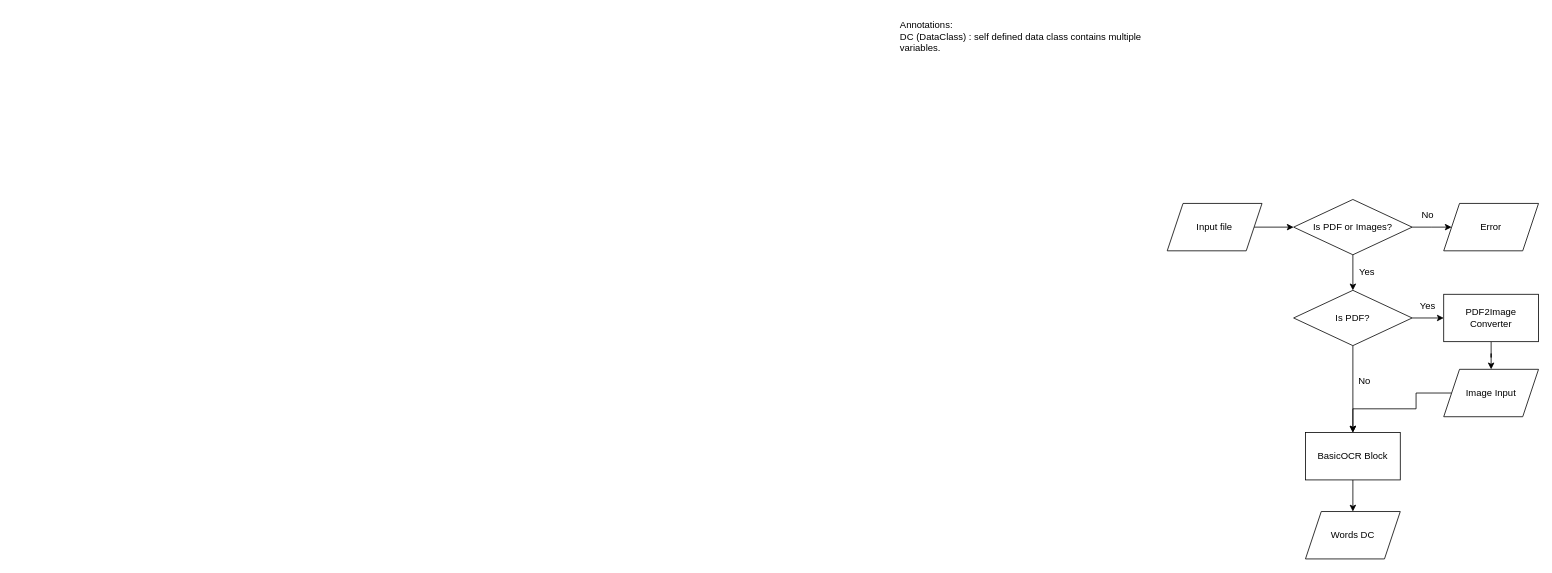
Before: Biểu đồ không có tiêu đề.drawio in moewiee/cassava, a draw.io diagram. Source tidied: cells renumbered, new cells numbered last; positions are measured from the earlier drawing's top-left corner, leaving out a move shared by most shapes. Both pictures are drawn from the tidied source at 79%, with x=0, y=0 at pixel (898, 13).
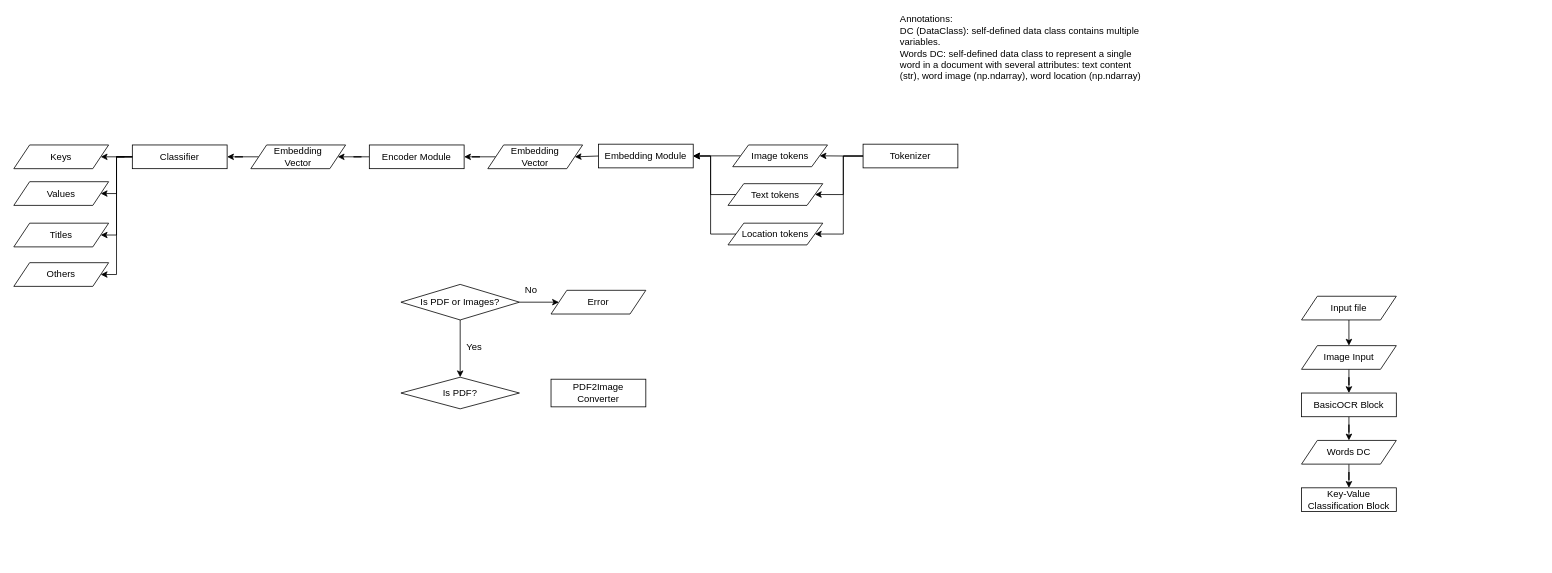
The same diagram, later.

Commit message (it also covers changes not shown here):
Cập nhật Biểu đồ không có tiêu đề.drawio

What changed in the source:
```diff
@@
-    <mxCell id="2" style="edgeStyle=orthogonalEdgeStyle;rounded=0;jettySize=auto;html=1;" parent="1" edge="1" source="3" target="6">
-      <mxGeometry relative="1" as="geometry" />
-    </mxCell>
+    <mxCell id="23" style="edgeStyle=orthogonalEdgeStyle;rounded=0;jettySize=auto;html=1;entryX=0.5;entryY=0;entryDx=0;entryDy=0;" parent="1" edge="1" source="3" target="15">
+      <mxGeometry relative="1" as="geometry">
+        <Array as="points">
+          <mxPoint x="570" y="420" />
+          <mxPoint x="570" y="420" />
+        </Array>
+      </mxGeometry>
+    </mxCell>
     <mxCell id="3" value="Input file" style="shape=parallelogram;perimeter=parallelogramPerimeter;whiteSpace=wrap;html=1;fixedSize=1;" parent="1" vertex="1">
-      <mxGeometry x="340" y="240" width="120" height="60" as="geometry" />
+      <mxGeometry x="510" y="357.5" width="120" height="30" as="geometry" />
     </mxCell>
-    <mxCell id="4" style="edgeStyle=orthogonalEdgeStyle;rounded=0;jettySize=auto;html=1;" parent="1" edge="1" source="6">
-      <mxGeometry relative="1" as="geometry">
-        <mxPoint x="700" y="270" as="targetPoint" />
-      </mxGeometry>
+    <mxCell id="4" style="edgeStyle=orthogonalEdgeStyle;rounded=0;jettySize=auto;html=1;entryX=0;entryY=0.5;entryDx=0;entryDy=0;" parent="1" edge="1" source="6" target="7">
+      <mxGeometry relative="1" as="geometry" />
     </mxCell>
@@
     <mxCell id="6" value="Is PDF or Images?" style="rhombus;whiteSpace=wrap;html=1;" parent="1" vertex="1">
-      <mxGeometry x="500" y="235" width="150" height="70" as="geometry" />
+      <mxGeometry x="-630" y="342.5" width="150" height="45" as="geometry" />
     </mxCell>
     <mxCell id="7" value="Error" style="shape=parallelogram;perimeter=parallelogramPerimeter;whiteSpace=wrap;html=1;fixedSize=1;" parent="1" vertex="1">
-      <mxGeometry x="690" y="240" width="120" height="60" as="geometry" />
+      <mxGeometry x="-440" y="350" width="120" height="30" as="geometry" />
     </mxCell>
     <mxCell id="8" value="No" style="text;html=1;strokeColor=none;fillColor=none;align=center;verticalAlign=middle;whiteSpace=wrap;rounded=0;" parent="1" vertex="1">
-      <mxGeometry x="640" y="240" width="60" height="30" as="geometry" />
+      <mxGeometry x="-495" y="335" width="60" height="30" as="geometry" />
     </mxCell>
-    <mxCell id="9" style="edgeStyle=orthogonalEdgeStyle;rounded=0;jettySize=auto;html=1;" parent="1" edge="1" source="11" target="13">
-      <mxGeometry relative="1" as="geometry" />
-    </mxCell>
-    <mxCell id="10" style="edgeStyle=orthogonalEdgeStyle;rounded=0;jettySize=auto;html=1;" parent="1" edge="1" source="11" target="19">
-      <mxGeometry relative="1" as="geometry" />
-    </mxCell>
     <mxCell id="11" value="Is PDF?" style="rhombus;whiteSpace=wrap;html=1;" parent="1" vertex="1">
-      <mxGeometry x="500" y="350" width="150" height="70" as="geometry" />
+      <mxGeometry x="-630" y="460" width="150" height="40" as="geometry" />
     </mxCell>
-    <mxCell id="12" style="edgeStyle=orthogonalEdgeStyle;rounded=0;jettySize=auto;html=1;" parent="1" edge="1" source="13" target="15">
-      <mxGeometry relative="1" as="geometry" />
-    </mxCell>
     <mxCell id="13" value="PDF2Image Converter" style="whiteSpace=wrap;html=1;rounded=0;" parent="1" vertex="1">
-      <mxGeometry x="690" y="355" width="120" height="60" as="geometry" />
+      <mxGeometry x="-440" y="462.5" width="120" height="35" as="geometry" />
     </mxCell>
     <mxCell id="14" style="edgeStyle=orthogonalEdgeStyle;rounded=0;jettySize=auto;html=1;entryX=0.5;entryY=0;entryDx=0;entryDy=0;" parent="1" edge="1" source="15" target="19">
-      <mxGeometry relative="1" as="geometry">
-        <Array as="points">
-          <mxPoint x="655" y="480" />
-          <mxPoint x="655" y="500" />
-          <mxPoint x="575" y="500" />
-        </Array>
-      </mxGeometry>
+      <mxGeometry relative="1" as="geometry" />
     </mxCell>
     <mxCell id="15" value="Image Input" style="shape=parallelogram;perimeter=parallelogramPerimeter;whiteSpace=wrap;html=1;fixedSize=1;rounded=0;" parent="1" vertex="1">
-      <mxGeometry x="690" y="450" width="120" height="60" as="geometry" />
+      <mxGeometry x="510" y="420" width="120" height="30" as="geometry" />
     </mxCell>
-    <mxCell id="16" value="Yes" style="text;html=1;strokeColor=none;fillColor=none;align=center;verticalAlign=middle;whiteSpace=wrap;rounded=0;" parent="1" vertex="1">
-      <mxGeometry x="640" y="355" width="60" height="30" as="geometry" />
-    </mxCell>
     <mxCell id="17" value="Yes" style="text;html=1;strokeColor=none;fillColor=none;align=center;verticalAlign=middle;whiteSpace=wrap;rounded=0;" parent="1" vertex="1">
-      <mxGeometry x="563" y="312" width="60" height="30" as="geometry" />
+      <mxGeometry x="-567" y="407" width="60" height="30" as="geometry" />
     </mxCell>
@@
     <mxCell id="19" value="BasicOCR Block" style="whiteSpace=wrap;html=1;rounded=0;" parent="1" vertex="1">
-      <mxGeometry x="515" y="530" width="120" height="60" as="geometry" />
+      <mxGeometry x="510" y="480" width="120" height="30" as="geometry" />
     </mxCell>
-    <mxCell id="20" value="No" style="text;html=1;strokeColor=none;fillColor=none;align=center;verticalAlign=middle;whiteSpace=wrap;rounded=0;" parent="1" vertex="1">
-      <mxGeometry x="560" y="450" width="60" height="30" as="geometry" />
-    </mxCell>
+    <mxCell id="24" style="edgeStyle=orthogonalEdgeStyle;rounded=0;jettySize=auto;html=1;" parent="1" edge="1" source="21" target="52">
+      <mxGeometry relative="1" as="geometry" />
+    </mxCell>
     <mxCell id="21" value="Words DC" style="shape=parallelogram;perimeter=parallelogramPerimeter;whiteSpace=wrap;html=1;fixedSize=1;rounded=0;" parent="1" vertex="1">
-      <mxGeometry x="515" y="630" width="120" height="60" as="geometry" />
+      <mxGeometry x="510" y="540" width="120" height="30" as="geometry" />
     </mxCell>
-    <mxCell id="22" value="Annotations:&lt;br&gt;DC (DataClass) : self defined data class contains multiple variables.&lt;br&gt;&lt;br&gt;&lt;br&gt;&lt;br&gt;&lt;br&gt;&lt;br&gt;&lt;br&gt;&lt;br&gt;&lt;br&gt;&lt;br&gt;&lt;br&gt;&lt;br&gt;&lt;br&gt;" style="text;html=1;strokeColor=none;fillColor=none;align=left;verticalAlign=middle;whiteSpace=wrap;rounded=0;" parent="1" vertex="1">
+    <mxCell id="22" value="Annotations:&lt;br&gt;DC (DataClass): self-defined data class contains multiple variables.&lt;br&gt;Words DC: self-defined data class to represent a single word in a document with several attributes: text content (str), word image (np.ndarray), word location (np.ndarray)&lt;br&gt;&lt;br&gt;&lt;br&gt;&lt;br&gt;&lt;br&gt;&lt;br&gt;&lt;br&gt;&lt;br&gt;&lt;br&gt;&lt;br&gt;&lt;br&gt;" style="text;html=1;strokeColor=none;fillColor=none;align=left;verticalAlign=middle;whiteSpace=wrap;rounded=0;" parent="1" vertex="1">
       <mxGeometry width="320" height="230" as="geometry" />
     </mxCell>
+    <mxCell id="25" style="edgeStyle=orthogonalEdgeStyle;rounded=0;jettySize=auto;html=1;entryX=1;entryY=0.5;entryDx=0;entryDy=0;" parent="1" edge="1" source="26" target="28">
+      <mxGeometry relative="1" as="geometry" />
+    </mxCell>
+    <mxCell id="26" value="Tokenizer" style="whiteSpace=wrap;html=1;rounded=0;" parent="1" vertex="1">
+      <mxGeometry x="-45" y="165" width="120" height="30" as="geometry" />
+    </mxCell>
+    <mxCell id="27" style="edgeStyle=orthogonalEdgeStyle;rounded=0;jettySize=auto;html=1;entryX=1;entryY=0.5;entryDx=0;entryDy=0;" parent="1" edge="1" source="28" target="33">
+      <mxGeometry relative="1" as="geometry" />
+    </mxCell>
+    <mxCell id="28" value="Image tokens" style="shape=parallelogram;perimeter=parallelogramPerimeter;whiteSpace=wrap;html=1;fixedSize=1;rounded=0;" parent="1" vertex="1">
+      <mxGeometry x="-210" y="166" width="120" height="27.5" as="geometry" />
+    </mxCell>
+    <mxCell id="29" value="Text tokens" style="shape=parallelogram;perimeter=parallelogramPerimeter;whiteSpace=wrap;html=1;fixedSize=1;rounded=0;" parent="1" vertex="1">
+      <mxGeometry x="-216" y="215" width="120" height="27.5" as="geometry" />
+    </mxCell>
+    <mxCell id="30" value="Location tokens" style="shape=parallelogram;perimeter=parallelogramPerimeter;whiteSpace=wrap;html=1;fixedSize=1;rounded=0;" parent="1" vertex="1">
+      <mxGeometry x="-216" y="265" width="120" height="27.5" as="geometry" />
+    </mxCell>
+    <mxCell id="31" style="edgeStyle=orthogonalEdgeStyle;rounded=0;jettySize=auto;html=1;entryX=1;entryY=0.5;entryDx=0;entryDy=0;exitX=0;exitY=0.5;exitDx=0;exitDy=0;" parent="1" edge="1" source="26" target="29">
+      <mxGeometry relative="1" as="geometry">
+        <Array as="points">
+          <mxPoint x="-70" y="180" />
+          <mxPoint x="-70" y="229" />
+        </Array>
+      </mxGeometry>
+    </mxCell>
+    <mxCell id="32" style="edgeStyle=orthogonalEdgeStyle;rounded=0;jettySize=auto;html=1;entryX=1;entryY=0.5;entryDx=0;entryDy=0;exitX=0;exitY=0.5;exitDx=0;exitDy=0;" parent="1" edge="1" source="26" target="30">
+      <mxGeometry relative="1" as="geometry">
+        <Array as="points">
+          <mxPoint x="-70" y="180" />
+          <mxPoint x="-70" y="279" />
+        </Array>
+      </mxGeometry>
+    </mxCell>
+    <mxCell id="33" value="Embedding Module" style="whiteSpace=wrap;html=1;rounded=0;" parent="1" vertex="1">
+      <mxGeometry x="-380" y="165" width="120" height="30" as="geometry" />
+    </mxCell>
+    <mxCell id="34" style="edgeStyle=orthogonalEdgeStyle;rounded=0;jettySize=auto;html=1;exitX=0;exitY=0.5;exitDx=0;exitDy=0;entryX=1;entryY=0.5;entryDx=0;entryDy=0;" parent="1" edge="1" source="29" target="33">
+      <mxGeometry relative="1" as="geometry" />
+    </mxCell>
+    <mxCell id="35" style="edgeStyle=orthogonalEdgeStyle;rounded=0;jettySize=auto;html=1;exitX=0;exitY=0.5;exitDx=0;exitDy=0;entryX=1;entryY=0.5;entryDx=0;entryDy=0;" parent="1" edge="1" source="30" target="33">
+      <mxGeometry relative="1" as="geometry" />
+    </mxCell>
+    <mxCell id="36" style="edgeStyle=orthogonalEdgeStyle;rounded=0;jettySize=auto;html=1;" parent="1" edge="1" source="37" target="40">
+      <mxGeometry relative="1" as="geometry" />
+    </mxCell>
+    <mxCell id="37" value="Embedding &lt;br&gt;Vector" style="shape=parallelogram;perimeter=parallelogramPerimeter;whiteSpace=wrap;html=1;fixedSize=1;rounded=0;" parent="1" vertex="1">
+      <mxGeometry x="-520" y="166" width="120" height="30" as="geometry" />
+    </mxCell>
+    <mxCell id="38" style="endArrow=classic;html=1;rounded=0;exitX=0;exitY=0.5;exitDx=0;exitDy=0;entryX=1;entryY=0.5;entryDx=0;entryDy=0;" parent="1" edge="1" source="33" target="37">
+      <mxGeometry relative="1" as="geometry" />
+    </mxCell>
+    <mxCell id="39" style="edgeStyle=orthogonalEdgeStyle;rounded=0;jettySize=auto;html=1;" parent="1" edge="1" source="40" target="42">
+      <mxGeometry relative="1" as="geometry" />
+    </mxCell>
+    <mxCell id="40" value="Encoder Module" style="whiteSpace=wrap;html=1;rounded=0;" parent="1" vertex="1">
+      <mxGeometry x="-670" y="166" width="120" height="30" as="geometry" />
+    </mxCell>
+    <mxCell id="41" style="edgeStyle=orthogonalEdgeStyle;rounded=0;jettySize=auto;html=1;" parent="1" edge="1" source="42" target="43">
+      <mxGeometry relative="1" as="geometry" />
+    </mxCell>
+    <mxCell id="42" value="Embedding &lt;br&gt;Vector" style="shape=parallelogram;perimeter=parallelogramPerimeter;whiteSpace=wrap;html=1;fixedSize=1;rounded=0;" parent="1" vertex="1">
+      <mxGeometry x="-820" y="166" width="120" height="30" as="geometry" />
+    </mxCell>
+    <mxCell id="43" value="Classifier" style="whiteSpace=wrap;html=1;rounded=0;" parent="1" vertex="1">
+      <mxGeometry x="-970" y="166" width="120" height="30" as="geometry" />
+    </mxCell>
+    <mxCell id="44" value="Keys" style="shape=parallelogram;perimeter=parallelogramPerimeter;whiteSpace=wrap;html=1;fixedSize=1;rounded=0;" parent="1" vertex="1">
+      <mxGeometry x="-1120" y="166" width="120" height="30" as="geometry" />
+    </mxCell>
+    <mxCell id="45" value="Values" style="shape=parallelogram;perimeter=parallelogramPerimeter;whiteSpace=wrap;html=1;fixedSize=1;rounded=0;" parent="1" vertex="1">
+      <mxGeometry x="-1120" y="212.5" width="120" height="30" as="geometry" />
+    </mxCell>
+    <mxCell id="46" value="Titles" style="shape=parallelogram;perimeter=parallelogramPerimeter;whiteSpace=wrap;html=1;fixedSize=1;rounded=0;" parent="1" vertex="1">
+      <mxGeometry x="-1120" y="265" width="120" height="30" as="geometry" />
+    </mxCell>
+    <mxCell id="47" value="Others" style="shape=parallelogram;perimeter=parallelogramPerimeter;whiteSpace=wrap;html=1;fixedSize=1;rounded=0;" parent="1" vertex="1">
+      <mxGeometry x="-1120" y="315" width="120" height="30" as="geometry" />
+    </mxCell>
+    <mxCell id="48" style="edgeStyle=orthogonalEdgeStyle;rounded=0;jettySize=auto;html=1;exitX=0;exitY=0.5;exitDx=0;exitDy=0;entryX=1;entryY=0.5;entryDx=0;entryDy=0;" parent="1" edge="1" source="43" target="44">
+      <mxGeometry relative="1" as="geometry" />
+    </mxCell>
+    <mxCell id="49" style="edgeStyle=orthogonalEdgeStyle;rounded=0;jettySize=auto;html=1;entryX=1;entryY=0.5;entryDx=0;entryDy=0;exitX=0;exitY=0.5;exitDx=0;exitDy=0;" parent="1" edge="1" source="43" target="45">
+      <mxGeometry relative="1" as="geometry">
+        <Array as="points">
+          <mxPoint x="-990" y="181" />
+          <mxPoint x="-990" y="228" />
+        </Array>
+      </mxGeometry>
+    </mxCell>
+    <mxCell id="50" style="edgeStyle=orthogonalEdgeStyle;rounded=0;jettySize=auto;html=1;exitX=0;exitY=0.5;exitDx=0;exitDy=0;entryX=1;entryY=0.5;entryDx=0;entryDy=0;" parent="1" edge="1" source="43" target="46">
+      <mxGeometry relative="1" as="geometry">
+        <Array as="points">
+          <mxPoint x="-990" y="181" />
+          <mxPoint x="-990" y="280" />
+        </Array>
+      </mxGeometry>
+    </mxCell>
+    <mxCell id="51" style="edgeStyle=orthogonalEdgeStyle;rounded=0;jettySize=auto;html=1;exitX=0;exitY=0.5;exitDx=0;exitDy=0;entryX=1;entryY=0.5;entryDx=0;entryDy=0;" parent="1" edge="1" source="43" target="47">
+      <mxGeometry relative="1" as="geometry">
+        <Array as="points">
+          <mxPoint x="-990" y="181" />
+          <mxPoint x="-990" y="330" />
+        </Array>
+      </mxGeometry>
+    </mxCell>
+    <mxCell id="52" value="Key-Value Classification Block" style="whiteSpace=wrap;html=1;rounded=0;" parent="1" vertex="1">
+      <mxGeometry x="510" y="600" width="120" height="30" as="geometry" />
+    </mxCell>
```
